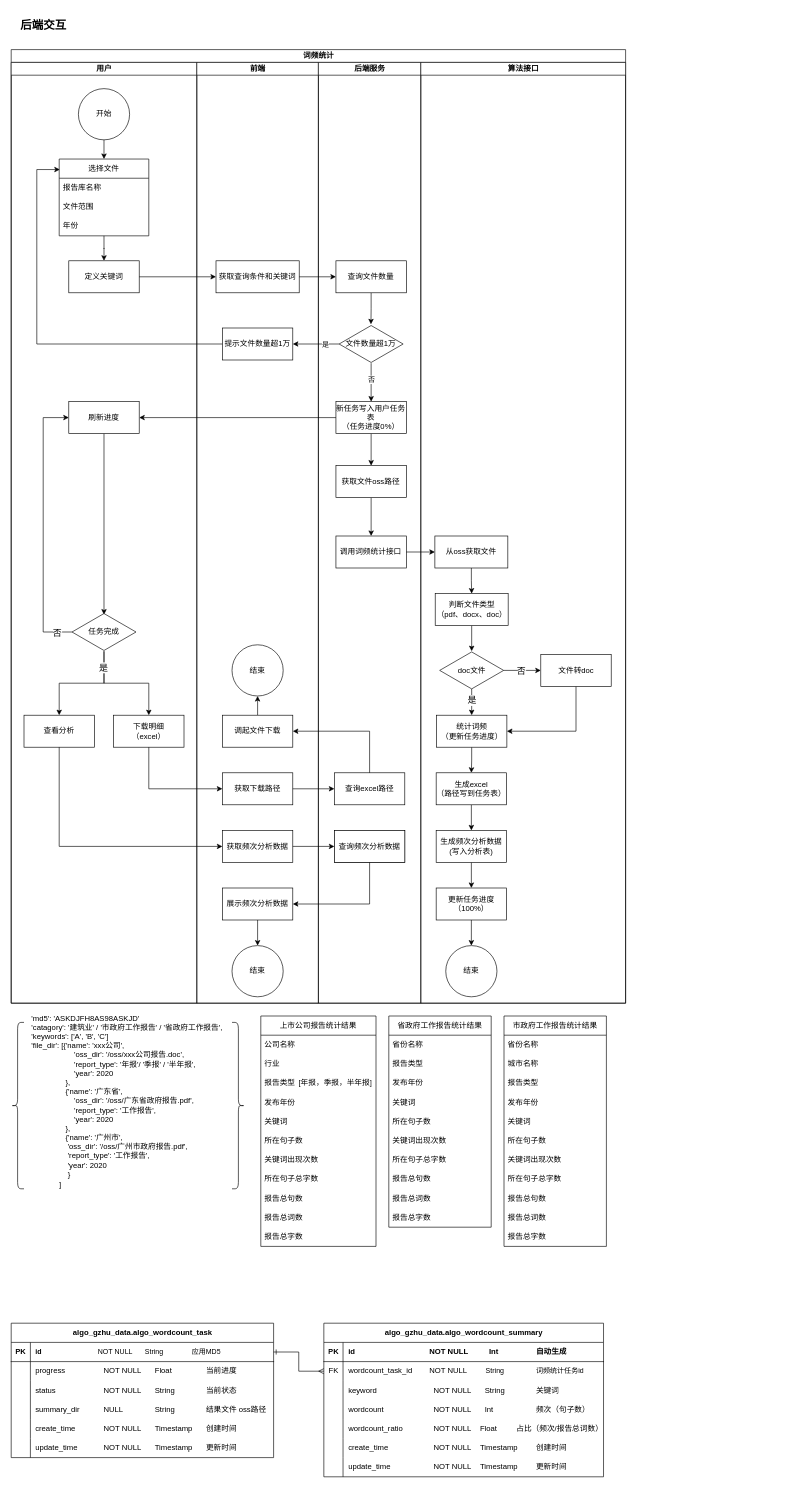
wangzijia122/drawio_repository keeps this draw.io diagram as page "AI词频统计后端交互" (9 of 9) of 广大数据平台逻辑图.drawio. Above is the earlier version. Source tidied: cells renumbered, new cells numbered last; positions are measured from the earlier drawing's top-left corner, leaving out a move shared by most shapes. Both pictures are drawn from the tidied source at 64%, with x=0, y=0 at pixel (11, 11).
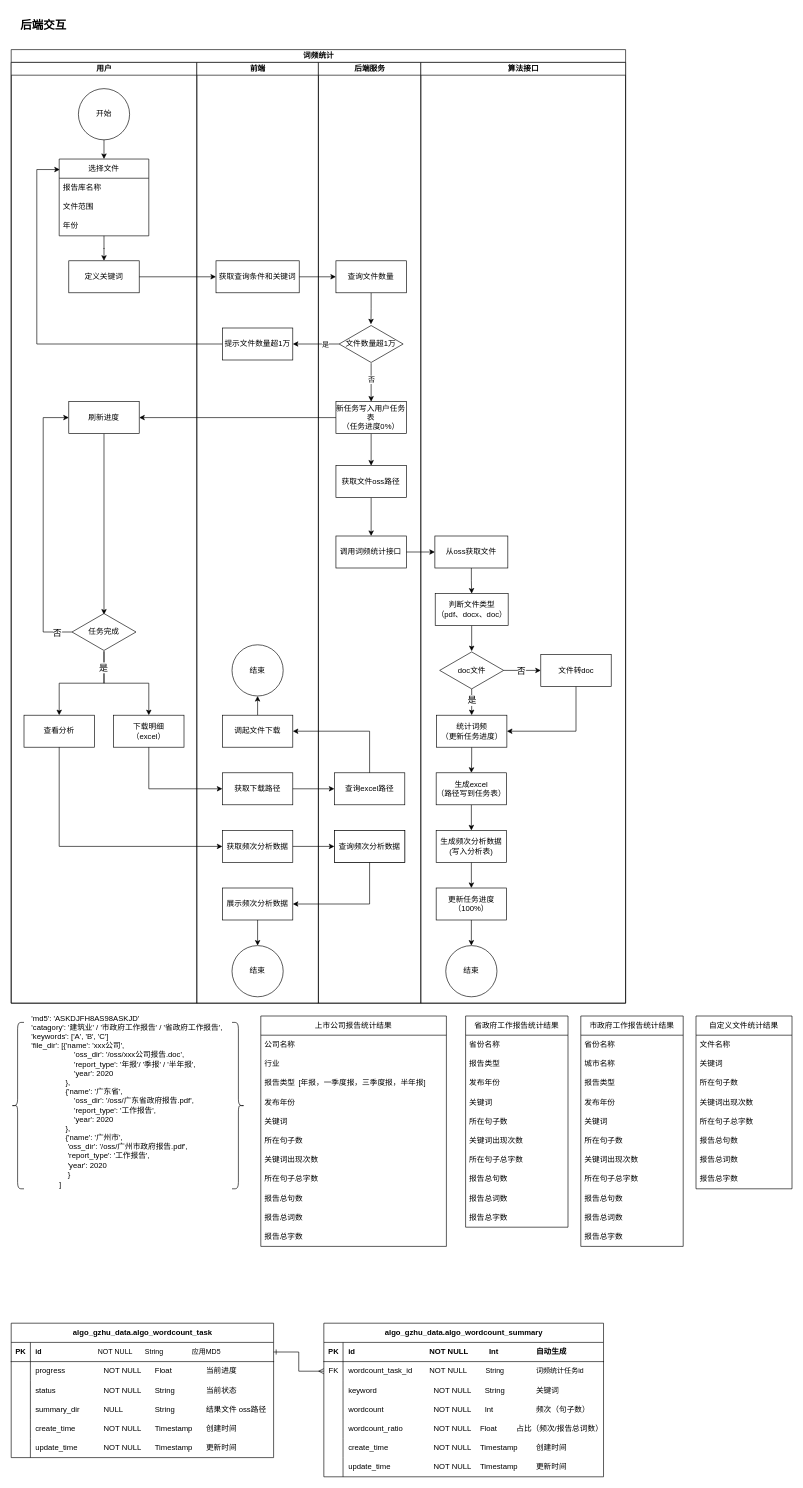
The same page after the edit.

Commit message:
更新广大数据平台逻辑图.drawio

Diff of the diagram source:
```diff
@@
     <mxCell id="2" value="上市公司报告统计结果" style="swimlane;fontStyle=0;horizontal=1;startSize=30;whiteSpace=wrap;html=1;" parent="1" vertex="1">
-      <mxGeometry x="390" y="1570" width="180" height="360" as="geometry" />
+      <mxGeometry x="390" y="1570" width="290" height="360" as="geometry" />
     </mxCell>
     <mxCell id="3" value="公司名称" style="text;strokeColor=none;fillColor=none;align=left;verticalAlign=middle;spacingLeft=4;spacingRight=4;overflow=hidden;whiteSpace=wrap;html=1;" parent="2" vertex="1">
-      <mxGeometry y="30" width="180" height="30" as="geometry" />
+      <mxGeometry y="30" width="290" height="30" as="geometry" />
     </mxCell>
     <mxCell id="4" value="行业" style="text;strokeColor=none;fillColor=none;align=left;verticalAlign=middle;spacingLeft=4;spacingRight=4;overflow=hidden;whiteSpace=wrap;html=1;" parent="2" vertex="1">
-      <mxGeometry y="60" width="180" height="30" as="geometry" />
+      <mxGeometry y="60" width="290" height="30" as="geometry" />
     </mxCell>
-    <mxCell id="5" value="报告类型&lt;span style=&quot;white-space: pre;&quot;&gt;&#9;&lt;/span&gt;[年报，季报，半年报]" style="text;strokeColor=none;fillColor=none;align=left;verticalAlign=middle;spacingLeft=4;spacingRight=4;overflow=hidden;whiteSpace=wrap;html=1;" parent="2" vertex="1">
-      <mxGeometry y="90" width="180" height="30" as="geometry" />
+    <mxCell id="5" value="报告类型&lt;span style=&quot;white-space: pre;&quot;&gt;&#9;&lt;/span&gt;[年报，一季度报，三季度报，半年报]" style="text;strokeColor=none;fillColor=none;align=left;verticalAlign=middle;spacingLeft=4;spacingRight=4;overflow=hidden;whiteSpace=wrap;html=1;" parent="2" vertex="1">
+      <mxGeometry y="90" width="290" height="30" as="geometry" />
     </mxCell>
     <mxCell id="6" value="发布年份" style="text;strokeColor=none;fillColor=none;align=left;verticalAlign=middle;spacingLeft=4;spacingRight=4;overflow=hidden;whiteSpace=wrap;html=1;" parent="2" vertex="1">
-      <mxGeometry y="120" width="180" height="30" as="geometry" />
+      <mxGeometry y="120" width="290" height="30" as="geometry" />
     </mxCell>
     <mxCell id="7" value="关键词" style="text;strokeColor=none;fillColor=none;align=left;verticalAlign=middle;spacingLeft=4;spacingRight=4;overflow=hidden;whiteSpace=wrap;html=1;" parent="2" vertex="1">
-      <mxGeometry y="150" width="180" height="30" as="geometry" />
+      <mxGeometry y="150" width="290" height="30" as="geometry" />
     </mxCell>
     <mxCell id="8" value="所在句子数" style="text;strokeColor=none;fillColor=none;align=left;verticalAlign=middle;spacingLeft=4;spacingRight=4;overflow=hidden;whiteSpace=wrap;html=1;" parent="2" vertex="1">
-      <mxGeometry y="180" width="180" height="30" as="geometry" />
+      <mxGeometry y="180" width="290" height="30" as="geometry" />
     </mxCell>
     <mxCell id="9" value="关键词出现次数" style="text;strokeColor=none;fillColor=none;align=left;verticalAlign=middle;spacingLeft=4;spacingRight=4;overflow=hidden;whiteSpace=wrap;html=1;" parent="2" vertex="1">
-      <mxGeometry y="210" width="180" height="30" as="geometry" />
+      <mxGeometry y="210" width="290" height="30" as="geometry" />
     </mxCell>
     <mxCell id="10" value="所在句子总字数" style="text;strokeColor=none;fillColor=none;align=left;verticalAlign=middle;spacingLeft=4;spacingRight=4;overflow=hidden;whiteSpace=wrap;html=1;" parent="2" vertex="1">
-      <mxGeometry y="240" width="180" height="30" as="geometry" />
+      <mxGeometry y="240" width="290" height="30" as="geometry" />
     </mxCell>
     <mxCell id="11" value="报告总句数" style="text;strokeColor=none;fillColor=none;align=left;verticalAlign=middle;spacingLeft=4;spacingRight=4;overflow=hidden;whiteSpace=wrap;html=1;" parent="2" vertex="1">
-      <mxGeometry y="270" width="180" height="30" as="geometry" />
+      <mxGeometry y="270" width="290" height="30" as="geometry" />
     </mxCell>
     <mxCell id="12" value="报告总词数" style="text;strokeColor=none;fillColor=none;align=left;verticalAlign=middle;spacingLeft=4;spacingRight=4;overflow=hidden;whiteSpace=wrap;html=1;" parent="2" vertex="1">
-      <mxGeometry y="300" width="180" height="30" as="geometry" />
+      <mxGeometry y="300" width="290" height="30" as="geometry" />
     </mxCell>
     <mxCell id="13" value="报告总字数" style="text;strokeColor=none;fillColor=none;align=left;verticalAlign=middle;spacingLeft=4;spacingRight=4;overflow=hidden;whiteSpace=wrap;html=1;" parent="2" vertex="1">
-      <mxGeometry y="330" width="180" height="30" as="geometry" />
+      <mxGeometry y="330" width="290" height="30" as="geometry" />
     </mxCell>
@@
     <mxCell id="94" value="省政府工作报告统计结果" style="swimlane;fontStyle=0;horizontal=1;startSize=30;whiteSpace=wrap;html=1;" parent="1" vertex="1">
-      <mxGeometry x="590" y="1570" width="160" height="330" as="geometry" />
+      <mxGeometry x="710" y="1570" width="160" height="330" as="geometry" />
     </mxCell>
@@
     <mxCell id="105" value="市政府工作报告统计结果" style="swimlane;fontStyle=0;horizontal=1;startSize=30;whiteSpace=wrap;html=1;" parent="1" vertex="1">
-      <mxGeometry x="770" y="1570" width="160" height="360" as="geometry" />
+      <mxGeometry x="890" y="1570" width="160" height="360" as="geometry" />
     </mxCell>
@@
+    <mxCell id="162" value="自定义文件统计结果" style="swimlane;fontStyle=0;horizontal=1;startSize=30;whiteSpace=wrap;html=1;" parent="1" vertex="1">
+      <mxGeometry x="1070" y="1570" width="150" height="270" as="geometry" />
+    </mxCell>
+    <mxCell id="163" value="文件名称" style="text;strokeColor=none;fillColor=none;align=left;verticalAlign=middle;spacingLeft=4;spacingRight=4;overflow=hidden;whiteSpace=wrap;html=1;" parent="162" vertex="1">
+      <mxGeometry y="30" width="150" height="30" as="geometry" />
+    </mxCell>
+    <mxCell id="164" value="关键词" style="text;strokeColor=none;fillColor=none;align=left;verticalAlign=middle;spacingLeft=4;spacingRight=4;overflow=hidden;whiteSpace=wrap;html=1;" parent="162" vertex="1">
+      <mxGeometry y="60" width="150" height="30" as="geometry" />
+    </mxCell>
+    <mxCell id="165" value="所在句子数" style="text;strokeColor=none;fillColor=none;align=left;verticalAlign=middle;spacingLeft=4;spacingRight=4;overflow=hidden;whiteSpace=wrap;html=1;" parent="162" vertex="1">
+      <mxGeometry y="90" width="150" height="30" as="geometry" />
+    </mxCell>
+    <mxCell id="166" value="关键词出现次数" style="text;strokeColor=none;fillColor=none;align=left;verticalAlign=middle;spacingLeft=4;spacingRight=4;overflow=hidden;whiteSpace=wrap;html=1;" parent="162" vertex="1">
+      <mxGeometry y="120" width="150" height="30" as="geometry" />
+    </mxCell>
+    <mxCell id="167" value="所在句子总字数" style="text;strokeColor=none;fillColor=none;align=left;verticalAlign=middle;spacingLeft=4;spacingRight=4;overflow=hidden;whiteSpace=wrap;html=1;" parent="162" vertex="1">
+      <mxGeometry y="150" width="150" height="30" as="geometry" />
+    </mxCell>
+    <mxCell id="168" value="报告总句数" style="text;strokeColor=none;fillColor=none;align=left;verticalAlign=middle;spacingLeft=4;spacingRight=4;overflow=hidden;whiteSpace=wrap;html=1;" parent="162" vertex="1">
+      <mxGeometry y="180" width="150" height="30" as="geometry" />
+    </mxCell>
+    <mxCell id="169" value="报告总词数" style="text;strokeColor=none;fillColor=none;align=left;verticalAlign=middle;spacingLeft=4;spacingRight=4;overflow=hidden;whiteSpace=wrap;html=1;" parent="162" vertex="1">
+      <mxGeometry y="210" width="150" height="30" as="geometry" />
+    </mxCell>
+    <mxCell id="170" value="报告总字数" style="text;strokeColor=none;fillColor=none;align=left;verticalAlign=middle;spacingLeft=4;spacingRight=4;overflow=hidden;whiteSpace=wrap;html=1;" parent="162" vertex="1">
+      <mxGeometry y="240" width="150" height="30" as="geometry" />
+    </mxCell>
```
